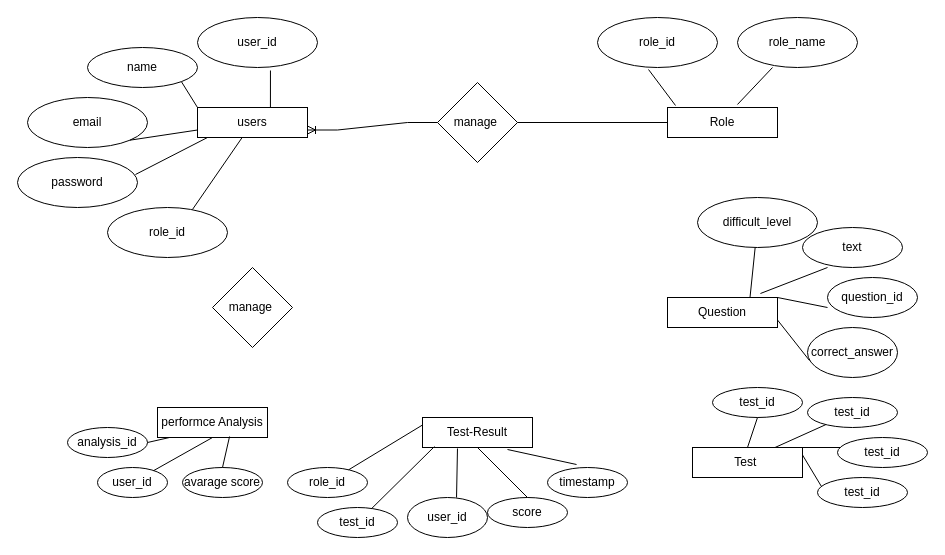
noorsubhan/final keeps this draw.io diagram as Entity Relationship Diagram.drawio. Above is the earlier version. Source tidied: cells renumbered, new cells numbered last; positions are measured from the earlier drawing's top-left corner, leaving out a move shared by most shapes. Both pictures are drawn from the tidied source at 100%, with x=0, y=0 at pixel (17, 17).
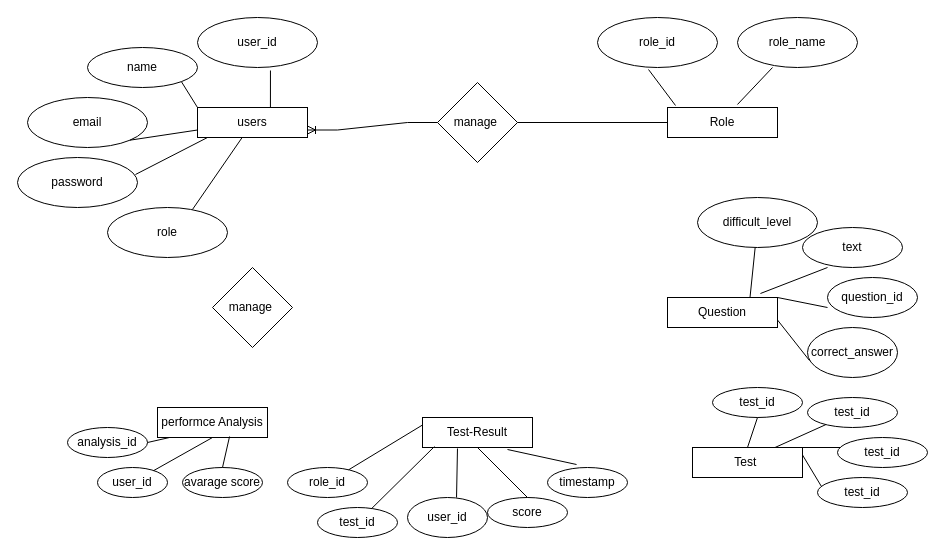
The same page after the edit.

Change to the diagram source:
```diff
@@
-    <mxCell id="13" value="role_id" style="ellipse;whiteSpace=wrap;html=1;" parent="1" vertex="1">
+    <mxCell id="13" value="role" style="ellipse;whiteSpace=wrap;html=1;" parent="1" vertex="1">
       <mxGeometry x="90" y="190" width="120" height="50" as="geometry" />
     </mxCell>
```
